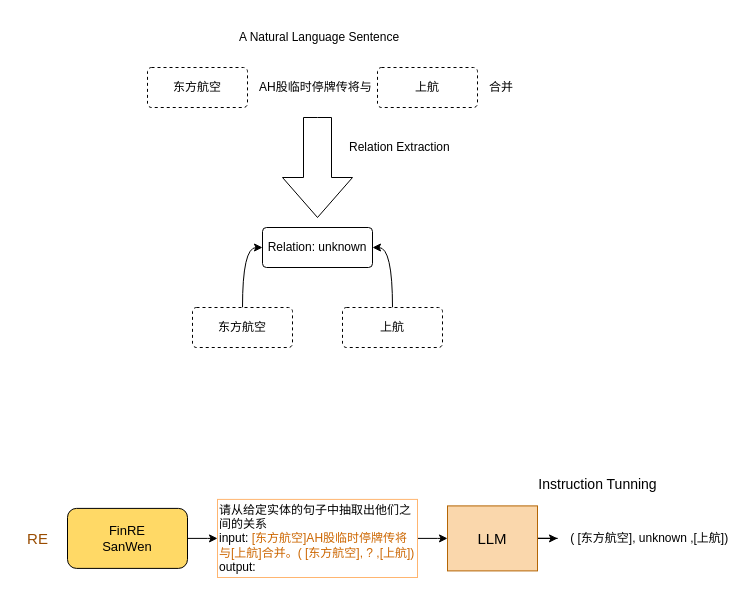
SkyuForever/CRE-LLM keeps this draw.io diagram as 未命名绘图.drawio. Above is the earlier version. Source tidied: cells renumbered, new cells numbered last; positions are measured from the earlier drawing's top-left corner, leaving out a move shared by most shapes. Both pictures are drawn from the tidied source at 100%, with x=0, y=0 at pixel (17, 17).
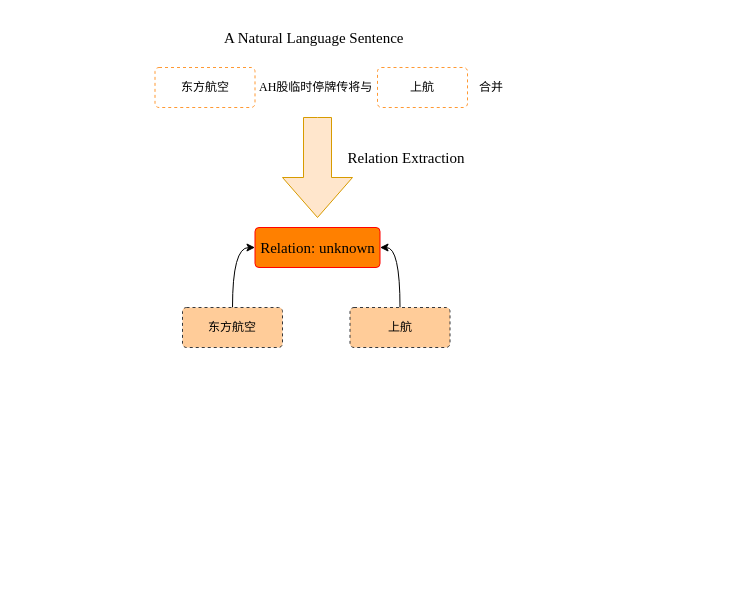
The same page after the edit.

What changed in the source:
```diff
@@
-    <mxCell id="2" style="edgeStyle=orthogonalEdgeStyle;rounded=0;jettySize=auto;html=1;" parent="1" edge="1" source="3" target="6">
-      <mxGeometry relative="1" as="geometry" />
-    </mxCell>
-    <mxCell id="3" value="&lt;font style=&quot;font-size: 13px;&quot;&gt;FinRE&lt;br&gt;SanWen&lt;/font&gt;" style="rounded=1;whiteSpace=wrap;html=1;fillColor=#FFD966;gradientColor=none;" parent="1" vertex="1">
-      <mxGeometry x="50" y="490.9" width="120" height="60" as="geometry" />
-    </mxCell>
-    <mxCell id="4" value="&lt;font style=&quot;font-size: 15px;&quot;&gt;RE&lt;/font&gt;" style="text;html=1;align=center;verticalAlign=middle;strokeColor=none;fillColor=none;fontColor=#994C00;" parent="1" vertex="1">
-      <mxGeometry y="505.9" width="40" height="30" as="geometry" />
-    </mxCell>
-    <mxCell id="5" style="edgeStyle=orthogonalEdgeStyle;rounded=0;jettySize=auto;html=1;" parent="1" edge="1" source="6" target="8">
-      <mxGeometry relative="1" as="geometry" />
-    </mxCell>
-    <mxCell id="6" value="请从给定实体的句子中抽取出他们之间的关系&lt;br&gt;input: &lt;font color=&quot;#cc6600&quot;&gt;[东方航空]AH股临时停牌传将与[上航]合并。(&amp;nbsp;[东方航空], ? ,[上航])&lt;/font&gt;&lt;br&gt;output:&amp;nbsp;" style="whiteSpace=wrap;html=1;align=left;strokeColor=#FFB570;" parent="1" vertex="1">
-      <mxGeometry x="200" y="481.9" width="200" height="78.1" as="geometry" />
-    </mxCell>
-    <mxCell id="7" style="edgeStyle=orthogonalEdgeStyle;rounded=0;jettySize=auto;html=1;" parent="1" edge="1" source="8" target="9">
-      <mxGeometry relative="1" as="geometry" />
-    </mxCell>
-    <mxCell id="8" value="&lt;font style=&quot;font-size: 15px;&quot;&gt;LLM&lt;/font&gt;" style="rounded=0;whiteSpace=wrap;html=1;fillColor=#fad7ac;strokeColor=#b46504;" parent="1" vertex="1">
-      <mxGeometry x="430" y="488.4" width="90" height="65" as="geometry" />
-    </mxCell>
-    <mxCell id="9" value="&amp;nbsp;(&amp;nbsp;[东方航空], unknown ,[上航])" style="text;html=1;align=center;verticalAlign=middle;points=[];strokeColor=none;fillColor=none;" parent="1" vertex="1">
-      <mxGeometry x="540" y="505.9" width="180" height="30" as="geometry" />
-    </mxCell>
-    <mxCell id="10" value="&lt;font style=&quot;font-size: 14px;&quot;&gt;Instruction Tunning&lt;/font&gt;" style="text;html=1;align=center;verticalAlign=middle;strokeColor=none;fillColor=none;" parent="1" vertex="1">
-      <mxGeometry x="510" y="451.9" width="140" height="30" as="geometry" />
-    </mxCell>
-    <mxCell id="11" value="AH股临时停牌传将与" style="whiteSpace=wrap;html=1;align=left;strokeColor=none;fillColor=none;" parent="1" vertex="1">
+    <mxCell id="11" value="&lt;font face=&quot;Times New Roman&quot;&gt;AH股临时停牌传将与&lt;/font&gt;" style="whiteSpace=wrap;html=1;align=left;strokeColor=none;fillColor=none;" parent="1" vertex="1">
       <mxGeometry x="240" y="50" width="120" height="40" as="geometry" />
     </mxCell>
-    <mxCell id="12" value="东方航空" style="rounded=1;arcSize=10;whiteSpace=wrap;html=1;align=center;dashed=1;" parent="1" vertex="1">
-      <mxGeometry x="130" y="50" width="100" height="40" as="geometry" />
+    <mxCell id="12" value="东方航空" style="rounded=1;arcSize=10;whiteSpace=wrap;html=1;align=center;dashed=1;strokeColor=#FF9933;" parent="1" vertex="1">
+      <mxGeometry x="137.5" y="50" width="100" height="40" as="geometry" />
     </mxCell>
-    <mxCell id="13" value="上航" style="rounded=1;arcSize=10;whiteSpace=wrap;html=1;align=center;dashed=1;" parent="1" vertex="1">
-      <mxGeometry x="360" y="50" width="100" height="40" as="geometry" />
+    <mxCell id="13" value="上航" style="rounded=1;arcSize=10;whiteSpace=wrap;html=1;align=center;dashed=1;strokeColor=#FF9933;" parent="1" vertex="1">
+      <mxGeometry x="360" y="50" width="90" height="40" as="geometry" />
     </mxCell>
-    <mxCell id="14" value="Relation: unknown" style="rounded=1;arcSize=10;whiteSpace=wrap;html=1;align=center;" parent="1" vertex="1">
-      <mxGeometry x="245" y="210" width="110" height="40" as="geometry" />
+    <mxCell id="14" value="&lt;font style=&quot;font-size: 15px;&quot; face=&quot;Times New Roman&quot;&gt;Relation: unknown&lt;/font&gt;" style="rounded=1;arcSize=10;whiteSpace=wrap;html=1;align=center;fillColor=#FF8000;strokeColor=#FF0000;" parent="1" vertex="1">
+      <mxGeometry x="237.5" y="210" width="125" height="40" as="geometry" />
     </mxCell>
     <mxCell id="15" value="合并" style="whiteSpace=wrap;html=1;align=left;strokeColor=none;fillColor=none;" parent="1" vertex="1">
-      <mxGeometry x="470" y="50" width="30" height="40" as="geometry" />
+      <mxGeometry x="460" y="50" width="30" height="40" as="geometry" />
     </mxCell>
-    <mxCell id="16" value="A Natural Language Sentence" style="whiteSpace=wrap;html=1;align=left;strokeColor=none;fillColor=none;" parent="1" vertex="1">
-      <mxGeometry x="220" width="170" height="40" as="geometry" />
+    <mxCell id="16" value="&lt;font face=&quot;Times New Roman&quot; style=&quot;font-size: 15px;&quot;&gt;A Natural Language Sentence&lt;/font&gt;" style="whiteSpace=wrap;html=1;align=left;strokeColor=none;fillColor=none;" parent="1" vertex="1">
+      <mxGeometry x="205" width="190" height="40" as="geometry" />
     </mxCell>
-    <mxCell id="17" value="Relation Extraction" style="whiteSpace=wrap;html=1;align=left;strokeColor=none;fillColor=none;" parent="1" vertex="1">
-      <mxGeometry x="330" y="110" width="110" height="40" as="geometry" />
-    </mxCell>
@@
-    <mxCell id="19" value="东方航空" style="rounded=1;arcSize=10;whiteSpace=wrap;html=1;align=center;dashed=1;" parent="1" vertex="1">
-      <mxGeometry x="175" y="290" width="100" height="40" as="geometry" />
+    <mxCell id="19" value="东方航空" style="rounded=1;arcSize=10;whiteSpace=wrap;html=1;align=center;dashed=1;fillColor=#ffcc99;strokeColor=#36393d;" parent="1" vertex="1">
+      <mxGeometry x="165" y="290" width="100" height="40" as="geometry" />
     </mxCell>
@@
-    <mxCell id="21" value="上航" style="rounded=1;arcSize=10;whiteSpace=wrap;html=1;align=center;dashed=1;" parent="1" vertex="1">
-      <mxGeometry x="325" y="290" width="100" height="40" as="geometry" />
+    <mxCell id="21" value="上航" style="rounded=1;arcSize=10;whiteSpace=wrap;html=1;align=center;dashed=1;fillColor=#ffcc99;strokeColor=#36393d;" parent="1" vertex="1">
+      <mxGeometry x="332.5" y="290" width="100" height="40" as="geometry" />
     </mxCell>
-    <mxCell id="22" style="html=1;shadow=0;dashed=0;align=center;verticalAlign=middle;shape=mxgraph.arrows2.arrow;dy=0.6;dx=40;direction=south;notch=0;" parent="1" vertex="1">
+    <mxCell id="22" style="html=1;shadow=0;dashed=0;align=center;verticalAlign=middle;shape=mxgraph.arrows2.arrow;dy=0.6;dx=40;direction=south;notch=0;fillColor=#ffe6cc;strokeColor=#d79b00;" parent="1" vertex="1">
       <mxGeometry x="265" y="100" width="70" height="100" as="geometry" />
     </mxCell>
+    <mxCell id="17" value="&lt;font face=&quot;Times New Roman&quot; style=&quot;font-size: 15px;&quot;&gt;Relation Extraction&lt;/font&gt;" style="text;html=1;strokeColor=none;fillColor=none;align=center;verticalAlign=middle;whiteSpace=wrap;rounded=0;" parent="1" vertex="1">
+      <mxGeometry x="324" y="120" width="130" height="40" as="geometry" />
+    </mxCell>
```
